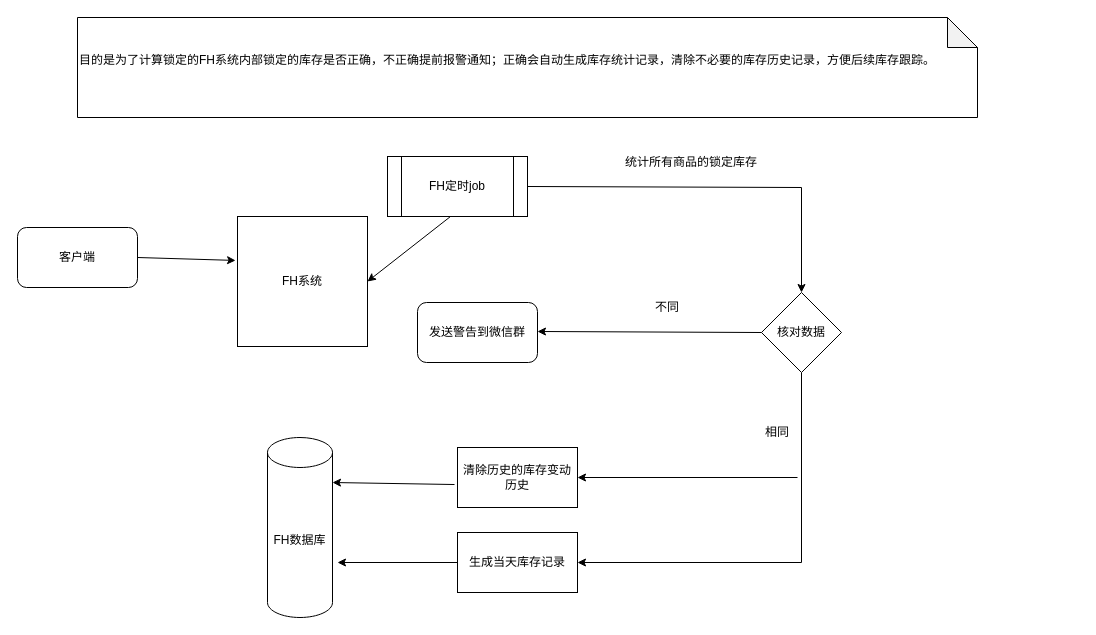
liuyunlong1229/aaa keeps this draw.io diagram as SketchMap/库存盘点.drawio. Above is the earlier version. Source tidied: cells renumbered, new cells numbered last; positions are measured from the earlier drawing's top-left corner, leaving out a move shared by most shapes. Both pictures are drawn from the tidied source at 100%, with x=0, y=0 at pixel (17, 17).
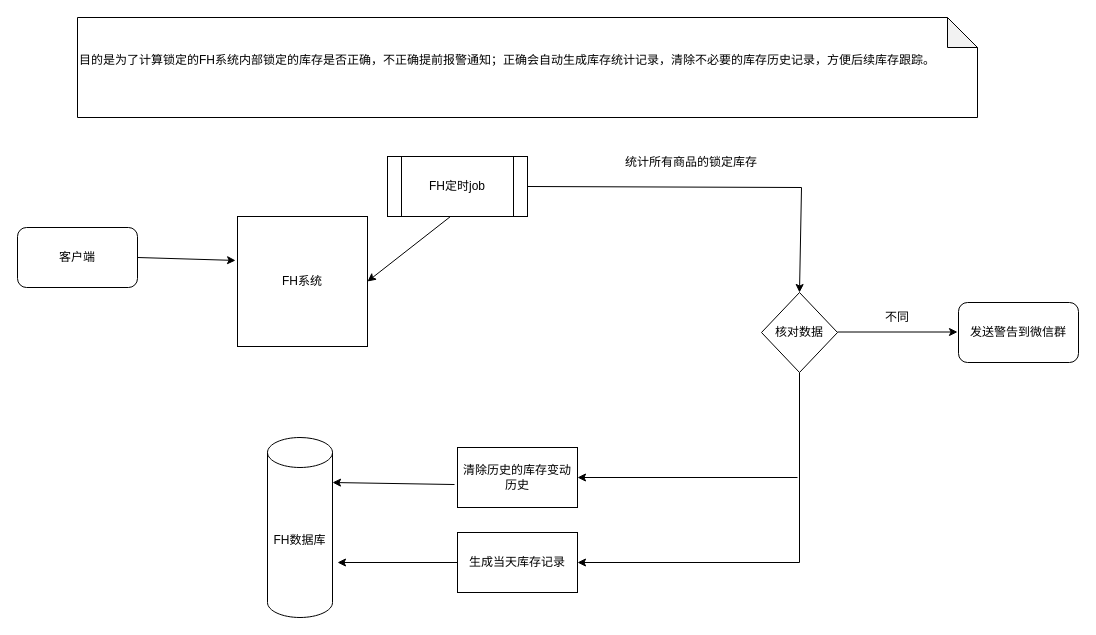
The same diagram, later.

Commit message:
更新库存盘点.drawio

Diff of the diagram source:
```diff
@@
     <mxCell id="10" value="核对数据" style="rhombus;whiteSpace=wrap;html=1;" parent="1" vertex="1">
-      <mxGeometry x="744" y="275" width="80" height="80" as="geometry" />
+      <mxGeometry x="744" y="275" width="76" height="80" as="geometry" />
     </mxCell>
     <mxCell id="11" value="发送警告到微信群" style="rounded=1;whiteSpace=wrap;html=1;" parent="1" vertex="1">
-      <mxGeometry x="400" y="285" width="120" height="60" as="geometry" />
+      <mxGeometry x="941" y="285" width="120" height="60" as="geometry" />
     </mxCell>
@@
-    <mxCell id="15" value="不同" style="text;html=1;align=center;verticalAlign=middle;whiteSpace=wrap;rounded=0;" parent="1" vertex="1">
-      <mxGeometry x="620" y="275" width="60" height="30" as="geometry" />
-    </mxCell>
-    <mxCell id="16" style="endArrow=classic;html=1;rounded=0;entryX=1;entryY=0.5;entryDx=0;entryDy=0;exitX=0;exitY=0.5;exitDx=0;exitDy=0;" parent="1" edge="1" source="10">
-      <mxGeometry relative="1" as="geometry">
-        <mxPoint x="520" y="314" as="targetPoint" />
-      </mxGeometry>
-    </mxCell>
-    <mxCell id="17" value="相同" style="text;html=1;align=center;verticalAlign=middle;whiteSpace=wrap;rounded=0;" parent="1" vertex="1">
-      <mxGeometry x="730" y="400" width="60" height="30" as="geometry" />
-    </mxCell>
@@
+    <mxCell id="22" style="endArrow=classic;html=1;rounded=0;" parent="1" edge="1">
+      <mxGeometry relative="1" as="geometry">
+        <mxPoint x="820" y="314.5" as="sourcePoint" />
+        <mxPoint x="940" y="314.5" as="targetPoint" />
+      </mxGeometry>
+    </mxCell>
+    <mxCell id="15" value="不同" style="text;html=1;align=center;verticalAlign=middle;whiteSpace=wrap;rounded=0;" parent="1" vertex="1">
+      <mxGeometry x="850" y="285" width="60" height="30" as="geometry" />
+    </mxCell>
```
